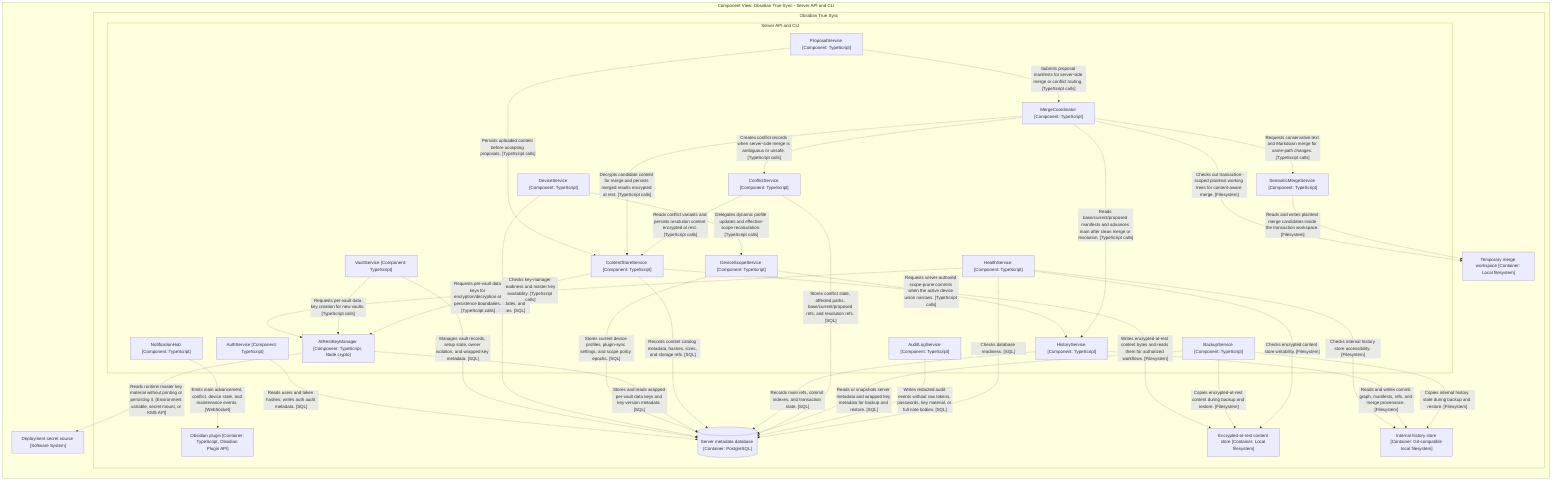
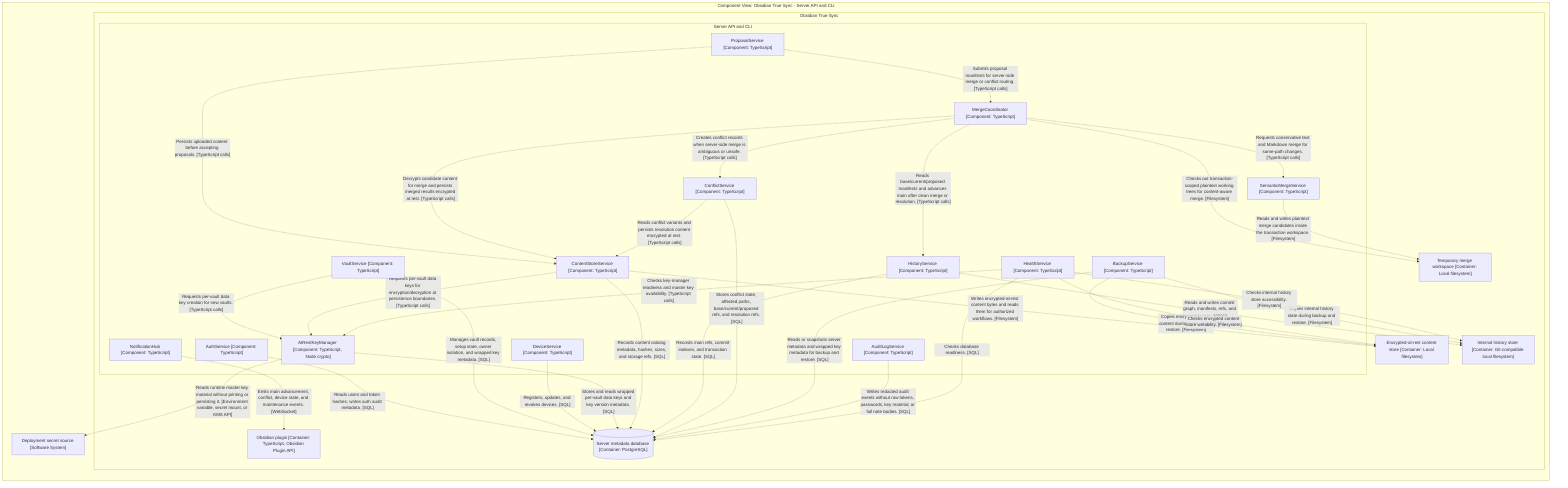
graph LR

  subgraph diagram ["Component View: Obsidian True Sync - Server API and CLI"]

    5["Deployment secret source [Software System]"]

    subgraph 6 ["Obsidian True Sync"]

      subgraph 7 ["Server API and CLI"]

        10["DeviceService [Component: TypeScript]"]
-         11["DeviceScopeService [Component: TypeScript]"]
-         12["AtRestKeyManager [Component: TypeScript, Node crypto]"]
-         13["ContentStoreService [Component: TypeScript]"]
-         14["ProposalService [Component: TypeScript]"]
-         15["HistoryService [Component: TypeScript]"]
-         16["MergeCoordinator [Component: TypeScript]"]
-         17["SemanticMergeService [Component: TypeScript]"]
-         18["ConflictService [Component: TypeScript]"]
-         19["NotificationHub [Component: TypeScript]"]
-         20["BackupService [Component: TypeScript]"]
-         21["AuditLogService [Component: TypeScript]"]
-         22["HealthService [Component: TypeScript]"]
+         11["AtRestKeyManager [Component: TypeScript, Node crypto]"]
+         12["ContentStoreService [Component: TypeScript]"]
+         13["ProposalService [Component: TypeScript]"]
+         14["HistoryService [Component: TypeScript]"]
+         15["MergeCoordinator [Component: TypeScript]"]
+         16["SemanticMergeService [Component: TypeScript]"]
+         17["ConflictService [Component: TypeScript]"]
+         18["NotificationHub [Component: TypeScript]"]
+         19["BackupService [Component: TypeScript]"]
+         20["AuditLogService [Component: TypeScript]"]
+         21["HealthService [Component: TypeScript]"]
        8["AuthService [Component: TypeScript]"]
        9["VaultService [Component: TypeScript]"]
      end

-       30["Obsidian plugin [Container: TypeScript, Obsidian Plugin API]"]
-       44[("Server metadata database [Container: PostgreSQL]")]
-       45["Encrypted-at-rest content store [Container: Local filesystem]"]
-       46["Internal history store [Container: Git-compatible local filesystem]"]
-       47["Temporary merge workspace [Container: Local filesystem]"]
+       29["Obsidian plugin [Container: TypeScript, Obsidian Plugin API]"]
+       43[("Server metadata database [Container: PostgreSQL]")]
+       44["Encrypted-at-rest content store [Container: Local filesystem]"]
+       45["Internal history store [Container: Git-compatible local filesystem]"]
+       46["Temporary merge workspace [Container: Local filesystem]"]
    end

-     22-. "Checks internal history store accessibility. [Filesystem]" .->46
-     22-. "Checks key-manager readiness and master key availability. [TypeScript calls]" .->12
-     8-. "Reads users and token hashes; writes auth audit metadata. [SQL]" .->44
-     9-. "Manages vault records, setup state, owner isolation, and wrapped key metadata. [SQL]" .->44
-     9-. "Requests per-vault data key creation for new vaults. [TypeScript calls]" .->12
-     10-. "Registers, updates, and revokes devices. [SQL]" .->44
-     10-. "Delegates dynamic profile updates and effective-scope recalculation. [TypeScript calls]" .->11
-     11-. "Stores current device profiles, plugin-sync settings, and scope policy epochs. [SQL]" .->44
-     11-. "Requests server-authored scope-prune commits when the active device union narrows. [TypeScript calls]" .->15
-     12-. "Reads runtime master key material without printing or persisting it. [Environment variable, secret mount, or KMS API]" .->5
-     12-. "Stores and reads wrapped per-vault data keys and key version metadata. [SQL]" .->44
-     13-. "Requests per-vault data keys for encryption/decryption at persistence boundaries. [TypeScript calls]" .->12
-     13-. "Writes encrypted-at-rest content bytes and reads them for authorized workflows. [Filesystem]" .->45
-     13-. "Records content catalog metadata, hashes, sizes, and storage refs. [SQL]" .->44
-     14-. "Persists uploaded content before accepting proposals. [TypeScript calls]" .->13
-     14-. "Submits proposal manifests for server-side merge or conflict routing. [TypeScript calls]" .->16
-     15-. "Reads and writes commit graph, manifests, refs, and merge provenance. [Filesystem]" .->46
-     15-. "Records main refs, commit indexes, and transaction state. [SQL]" .->44
-     16-. "Reads base/current/proposed manifests and advances main after clean merge or resolution. [TypeScript calls]" .->15
-     16-. "Decrypts candidate content for merge and persists merged results encrypted at rest. [TypeScript calls]" .->13
-     16-. "Checks out transaction-scoped plaintext working trees for content-aware merge. [Filesystem]" .->47
-     16-. "Requests conservative text and Markdown merge for same-path changes. [TypeScript calls]" .->17
-     17-. "Reads and writes plaintext merge candidates inside the transaction workspace. [Filesystem]" .->47
-     16-. "Creates conflict records when server-side merge is ambiguous or unsafe. [TypeScript calls]" .->18
-     18-. "Stores conflict state, affected paths, base/current/proposed refs, and resolution refs. [SQL]" .->44
-     18-. "Reads conflict variants and persists resolution content encrypted at rest. [TypeScript calls]" .->13
-     19-. "Emits main advancement, conflict, device state, and maintenance events. [WebSocket]" .->30
-     20-. "Reads or snapshots server metadata and wrapped key metadata for backup and restore. [SQL]" .->44
-     20-. "Copies encrypted-at-rest content during backup and restore. [Filesystem]" .->45
-     20-. "Copies internal history state during backup and restore. [Filesystem]" .->46
-     21-. "Writes redacted audit events without raw tokens, passwords, key material, or full note bodies. [SQL]" .->44
-     22-. "Checks database readiness. [SQL]" .->44
-     22-. "Checks encrypted content store writability. [Filesystem]" .->45
+     8-. "Reads users and token hashes; writes auth audit metadata. [SQL]" .->43
+     9-. "Manages vault records, setup state, owner isolation, and wrapped key metadata. [SQL]" .->43
+     9-. "Requests per-vault data key creation for new vaults. [TypeScript calls]" .->11
+     10-. "Registers, updates, and revokes devices. [SQL]" .->43
+     11-. "Reads runtime master key material without printing or persisting it. [Environment variable, secret mount, or KMS API]" .->5
+     11-. "Stores and reads wrapped per-vault data keys and key version metadata. [SQL]" .->43
+     12-. "Requests per-vault data keys for encryption/decryption at persistence boundaries. [TypeScript calls]" .->11
+     12-. "Writes encrypted-at-rest content bytes and reads them for authorized workflows. [Filesystem]" .->44
+     12-. "Records content catalog metadata, hashes, sizes, and storage refs. [SQL]" .->43
+     13-. "Persists uploaded content before accepting proposals. [TypeScript calls]" .->12
+     13-. "Submits proposal manifests for server-side merge or conflict routing. [TypeScript calls]" .->15
+     14-. "Reads and writes commit graph, manifests, refs, and merge provenance. [Filesystem]" .->45
+     14-. "Records main refs, commit indexes, and transaction state. [SQL]" .->43
+     15-. "Reads base/current/proposed manifests and advances main after clean merge or resolution. [TypeScript calls]" .->14
+     15-. "Decrypts candidate content for merge and persists merged results encrypted at rest. [TypeScript calls]" .->12
+     15-. "Checks out transaction-scoped plaintext working trees for content-aware merge. [Filesystem]" .->46
+     15-. "Requests conservative text and Markdown merge for same-path changes. [TypeScript calls]" .->16
+     16-. "Reads and writes plaintext merge candidates inside the transaction workspace. [Filesystem]" .->46
+     15-. "Creates conflict records when server-side merge is ambiguous or unsafe. [TypeScript calls]" .->17
+     17-. "Stores conflict state, affected paths, base/current/proposed refs, and resolution refs. [SQL]" .->43
+     17-. "Reads conflict variants and persists resolution content encrypted at rest. [TypeScript calls]" .->12
+     18-. "Emits main advancement, conflict, device state, and maintenance events. [WebSocket]" .->29
+     19-. "Reads or snapshots server metadata and wrapped key metadata for backup and restore. [SQL]" .->43
+     19-. "Copies encrypted-at-rest content during backup and restore. [Filesystem]" .->44
+     19-. "Copies internal history state during backup and restore. [Filesystem]" .->45
+     20-. "Writes redacted audit events without raw tokens, passwords, key material, or full note bodies. [SQL]" .->43
+     21-. "Checks database readiness. [SQL]" .->43
+     21-. "Checks encrypted content store writability. [Filesystem]" .->44
+     21-. "Checks internal history store accessibility. [Filesystem]" .->45
+     21-. "Checks key-manager readiness and master key availability. [TypeScript calls]" .->11

  end
